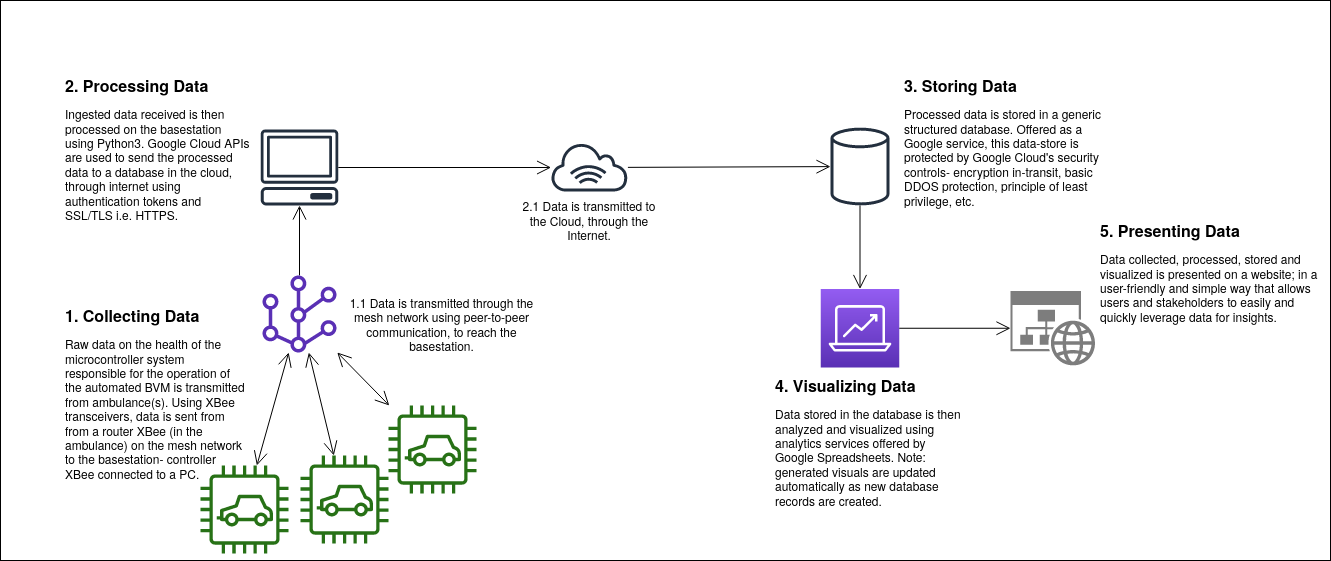
The draw.io diagram docs/gate4-systemhealthreporting/gate4_syshealth_images/im1.png in yoniblum/ENG4000-Team-A-F, before a commit. Source tidied: cells renumbered, new cells last; positions are measured from the earlier drawing's top-left corner, leaving out a move shared by most shapes.
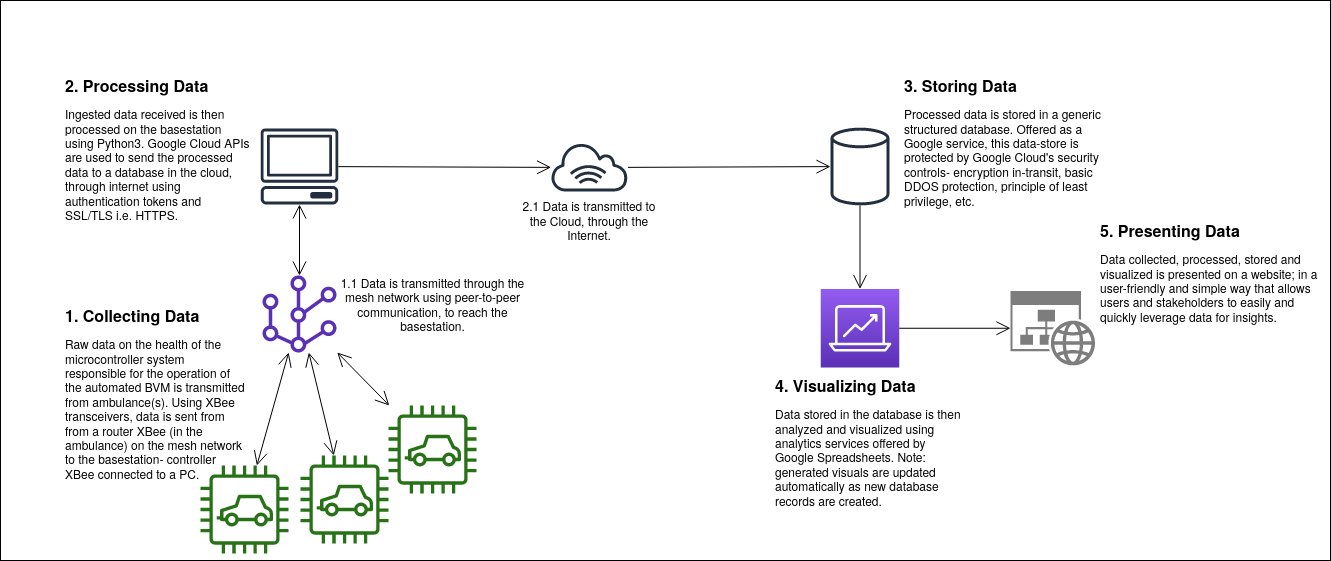
Above is the later version.

What changed in the source:
```diff
@@ -6,7 +6,7 @@
       <mxGeometry width="1330" height="560" as="geometry" />
     </mxCell>
     <mxCell id="3" style="outlineConnect=0;fontColor=#232F3E;gradientColor=none;fillColor=#232F3E;strokeColor=none;dashed=0;verticalLabelPosition=bottom;verticalAlign=top;align=center;html=1;fontSize=12;fontStyle=0;shape=mxgraph.aws4.client;" parent="1" vertex="1">
-      <mxGeometry x="260" y="129" width="78" height="76" as="geometry" />
+      <mxGeometry x="260" y="128" width="78" height="76" as="geometry" />
     </mxCell>
     <mxCell id="4" style="outlineConnect=0;fontColor=#232F3E;gradientColor=none;fillColor=#232F3E;strokeColor=none;dashed=0;verticalLabelPosition=bottom;verticalAlign=top;align=center;html=1;fontSize=12;fontStyle=0;shape=mxgraph.aws4.internet_alt1;" parent="1" vertex="1">
       <mxGeometry x="550" y="143" width="78" height="48" as="geometry" />
@@ -50,9 +50,6 @@
     <mxCell id="17" value="2.1 Data is transmitted to the Cloud, through the Internet." style="text;html=1;strokeColor=none;fillColor=none;align=center;verticalAlign=middle;whiteSpace=wrap;rounded=0;" parent="1" vertex="1">
       <mxGeometry x="514" y="195" width="150" height="50" as="geometry" />
     </mxCell>
-    <mxCell id="18" style="endArrow=open;endFill=1;endSize=12;html=1;" parent="1" edge="1" source="26" target="3">
-      <mxGeometry relative="1" as="geometry" />
-    </mxCell>
     <mxCell id="19" style="outlineConnect=0;fontColor=#232F3E;gradientColor=none;fillColor=#277116;strokeColor=none;dashed=0;verticalLabelPosition=bottom;verticalAlign=top;align=center;html=1;fontSize=12;fontStyle=0;shape=mxgraph.aws4.car;" parent="1" vertex="1">
       <mxGeometry x="200" y="465" width="88" height="88" as="geometry" />
     </mxCell>
@@ -72,10 +69,13 @@
       <mxGeometry relative="1" as="geometry" />
     </mxCell>
     <mxCell id="25" value="1.1 Data is transmitted through the mesh network using peer-to-peer communication, to reach the basestation." style="text;html=1;strokeColor=none;fillColor=none;align=center;verticalAlign=middle;whiteSpace=wrap;rounded=0;" parent="1" vertex="1">
-      <mxGeometry x="338" y="295" width="207" height="57" as="geometry" />
+      <mxGeometry x="328.5" y="275" width="207" height="57" as="geometry" />
     </mxCell>
     <mxCell id="26" style="outlineConnect=0;fontColor=#232F3E;gradientColor=none;fillColor=#5A30B5;strokeColor=none;dashed=0;verticalLabelPosition=bottom;verticalAlign=top;align=center;html=1;fontSize=12;fontStyle=0;shape=mxgraph.aws4.mesh;" parent="1" vertex="1">
       <mxGeometry x="260" y="275" width="78" height="77" as="geometry" />
     </mxCell>
+    <mxCell id="18" style="startArrow=open;endArrow=open;endFill=1;endSize=12;html=1;startSize=12;" parent="1" edge="1" source="26" target="3">
+      <mxGeometry relative="1" as="geometry" />
+    </mxCell>
   </root>
 </mxGraphModel>
```
